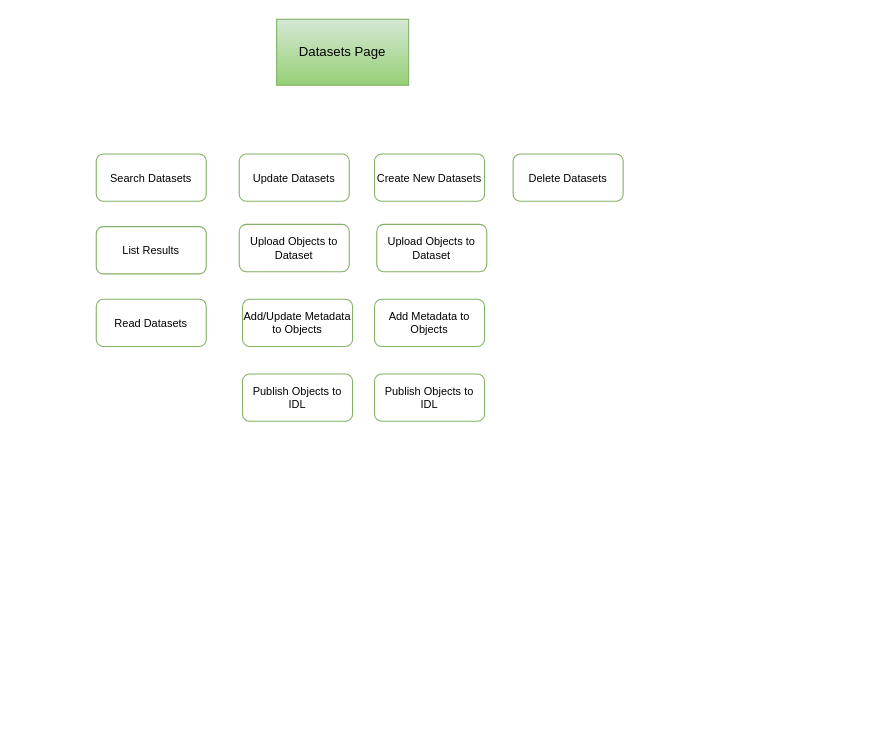
flare891/rmslow keeps this draw.io diagram as page "Page flow" (1 of 3) of Drawings/Eva/Dataset page.drawio. Above is the earlier version. Source tidied: cells renumbered, new cells numbered last; positions are measured from the earlier drawing's top-left corner, leaving out a move shared by most shapes. Both pictures are drawn from the tidied source at 110%, with x=0, y=0 at pixel (96, 19).
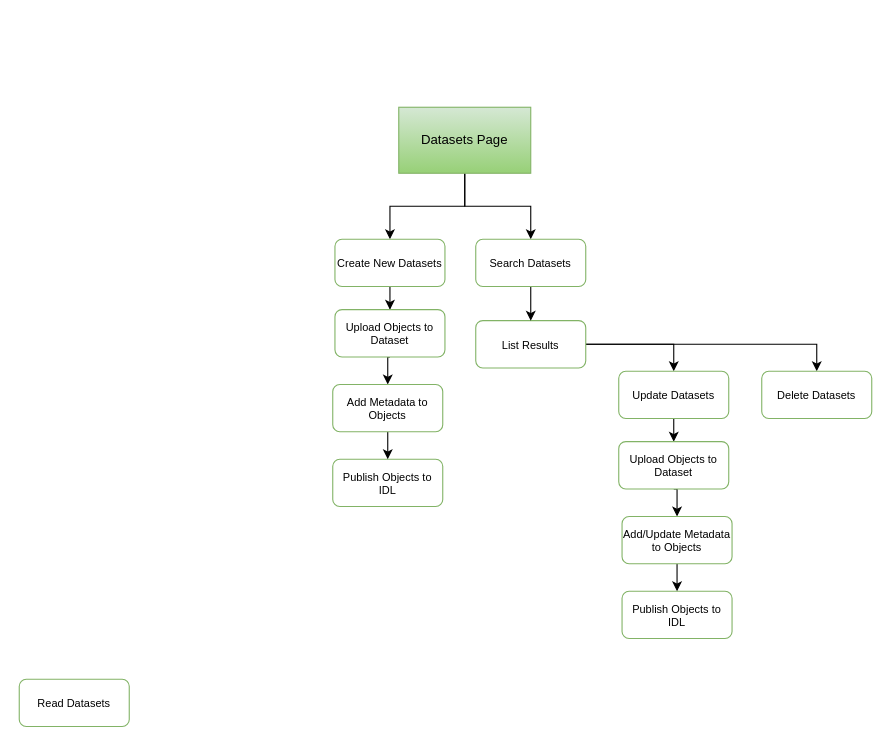
After the change.

Change to the diagram source:
```diff
@@
+    <mxCell id="15" style="edgeStyle=orthogonalEdgeStyle;rounded=0;jettySize=auto;html=1;entryX=0.5;entryY=0;entryDx=0;entryDy=0;" parent="1" edge="1" source="2" target="7">
+      <mxGeometry relative="1" as="geometry" />
+    </mxCell>
+    <mxCell id="16" style="edgeStyle=orthogonalEdgeStyle;rounded=0;jettySize=auto;html=1;" parent="1" edge="1" source="2" target="4">
+      <mxGeometry relative="1" as="geometry" />
+    </mxCell>
     <mxCell id="2" value="Datasets Page" style="rounded=0;whiteSpace=wrap;html=1;strokeColor=#82b366;gradientColor=#97d077;fillColor=#d5e8d4;" parent="1" vertex="1">
-      <mxGeometry x="164" width="120" height="60" as="geometry" />
+      <mxGeometry x="275" y="80" width="120" height="60" as="geometry" />
     </mxCell>
+    <mxCell id="17" style="edgeStyle=orthogonalEdgeStyle;rounded=0;jettySize=auto;html=1;" parent="1" edge="1" source="3" target="5">
+      <mxGeometry relative="1" as="geometry" />
+    </mxCell>
+    <mxCell id="18" style="edgeStyle=orthogonalEdgeStyle;rounded=0;jettySize=auto;html=1;" parent="1" edge="1" source="3" target="9">
+      <mxGeometry relative="1" as="geometry" />
+    </mxCell>
     <mxCell id="3" value="List Results" style="rounded=1;whiteSpace=wrap;html=1;strokeColor=#82b366;fontSize=10;fillColor=#FFFFFF;" parent="1" vertex="1">
-      <mxGeometry y="188.5" width="100" height="43" as="geometry" />
+      <mxGeometry x="345" y="274" width="100" height="43" as="geometry" />
     </mxCell>
+    <mxCell id="19" style="edgeStyle=orthogonalEdgeStyle;rounded=0;jettySize=auto;html=1;exitX=0.5;exitY=1;exitDx=0;exitDy=0;entryX=0.5;entryY=0;entryDx=0;entryDy=0;" parent="1" edge="1" source="4" target="3">
+      <mxGeometry relative="1" as="geometry" />
+    </mxCell>
     <mxCell id="4" value="Search Datasets" style="rounded=1;whiteSpace=wrap;html=1;strokeColor=#82b366;fontSize=10;fillColor=#FFFFFF;" parent="1" vertex="1">
-      <mxGeometry y="122.5" width="100" height="43" as="geometry" />
+      <mxGeometry x="345" y="200" width="100" height="43" as="geometry" />
     </mxCell>
+    <mxCell id="20" style="edgeStyle=orthogonalEdgeStyle;rounded=0;jettySize=auto;html=1;exitX=0.5;exitY=1;exitDx=0;exitDy=0;entryX=0.5;entryY=0;entryDx=0;entryDy=0;" parent="1" edge="1" source="5" target="6">
+      <mxGeometry relative="1" as="geometry" />
+    </mxCell>
     <mxCell id="5" value="Update Datasets" style="rounded=1;whiteSpace=wrap;html=1;strokeColor=#82b366;fontSize=10;fillColor=#FFFFFF;" parent="1" vertex="1">
-      <mxGeometry x="130" y="122.5" width="100" height="43" as="geometry" />
+      <mxGeometry x="475" y="320" width="100" height="43" as="geometry" />
     </mxCell>
+    <mxCell id="21" style="edgeStyle=orthogonalEdgeStyle;rounded=0;jettySize=auto;html=1;exitX=0.5;exitY=1;exitDx=0;exitDy=0;entryX=0.5;entryY=0;entryDx=0;entryDy=0;" parent="1" edge="1" source="6" target="12">
+      <mxGeometry relative="1" as="geometry" />
+    </mxCell>
     <mxCell id="6" value="Upload Objects to Dataset" style="rounded=1;whiteSpace=wrap;html=1;strokeColor=#82b366;fontSize=10;fillColor=#FFFFFF;" parent="1" vertex="1">
-      <mxGeometry x="130" y="186.5" width="100" height="43" as="geometry" />
+      <mxGeometry x="475" y="384" width="100" height="43" as="geometry" />
     </mxCell>
+    <mxCell id="22" style="edgeStyle=orthogonalEdgeStyle;rounded=0;jettySize=auto;html=1;exitX=0.5;exitY=1;exitDx=0;exitDy=0;" parent="1" edge="1" source="7" target="10">
+      <mxGeometry relative="1" as="geometry" />
+    </mxCell>
     <mxCell id="7" value="Create New Datasets" style="rounded=1;whiteSpace=wrap;html=1;strokeColor=#82b366;fontSize=10;fillColor=#FFFFFF;" parent="1" vertex="1">
-      <mxGeometry x="253" y="122.5" width="100" height="43" as="geometry" />
+      <mxGeometry x="217" y="200" width="100" height="43" as="geometry" />
     </mxCell>
     <mxCell id="8" value="Publish Objects to IDL" style="rounded=1;whiteSpace=wrap;html=1;strokeColor=#82b366;fontSize=10;fillColor=#FFFFFF;" parent="1" vertex="1">
-      <mxGeometry x="133" y="322.5" width="100" height="43" as="geometry" />
+      <mxGeometry x="478" y="520" width="100" height="43" as="geometry" />
     </mxCell>
     <mxCell id="9" value="Delete Datasets" style="rounded=1;whiteSpace=wrap;html=1;strokeColor=#82b366;fontSize=10;fillColor=#FFFFFF;" parent="1" vertex="1">
-      <mxGeometry x="379" y="122.5" width="100" height="43" as="geometry" />
+      <mxGeometry x="605" y="320" width="100" height="43" as="geometry" />
     </mxCell>
+    <mxCell id="23" style="edgeStyle=orthogonalEdgeStyle;rounded=0;jettySize=auto;html=1;exitX=0.5;exitY=1;exitDx=0;exitDy=0;entryX=0.5;entryY=0;entryDx=0;entryDy=0;" parent="1" edge="1" source="10" target="13">
+      <mxGeometry relative="1" as="geometry" />
+    </mxCell>
     <mxCell id="10" value="Upload Objects to Dataset" style="rounded=1;whiteSpace=wrap;html=1;strokeColor=#82b366;fontSize=10;fillColor=#FFFFFF;" parent="1" vertex="1">
-      <mxGeometry x="255" y="186.5" width="100" height="43" as="geometry" />
+      <mxGeometry x="217" y="264" width="100" height="43" as="geometry" />
     </mxCell>
     <mxCell id="11" value="Publish Objects to IDL" style="rounded=1;whiteSpace=wrap;html=1;strokeColor=#82b366;fontSize=10;fillColor=#FFFFFF;" parent="1" vertex="1">
-      <mxGeometry x="253" y="322.5" width="100" height="43" as="geometry" />
+      <mxGeometry x="215" y="400" width="100" height="43" as="geometry" />
     </mxCell>
+    <mxCell id="24" style="edgeStyle=orthogonalEdgeStyle;rounded=0;jettySize=auto;html=1;exitX=0.5;exitY=1;exitDx=0;exitDy=0;entryX=0.5;entryY=0;entryDx=0;entryDy=0;" parent="1" edge="1" source="12" target="8">
+      <mxGeometry relative="1" as="geometry" />
+    </mxCell>
     <mxCell id="12" value="Add/Update Metadata to Objects" style="rounded=1;whiteSpace=wrap;html=1;strokeColor=#82b366;fontSize=10;fillColor=#FFFFFF;" parent="1" vertex="1">
-      <mxGeometry x="133" y="254.5" width="100" height="43" as="geometry" />
+      <mxGeometry x="478" y="452" width="100" height="43" as="geometry" />
     </mxCell>
+    <mxCell id="25" style="edgeStyle=orthogonalEdgeStyle;rounded=0;jettySize=auto;html=1;exitX=0.5;exitY=1;exitDx=0;exitDy=0;entryX=0.5;entryY=0;entryDx=0;entryDy=0;" parent="1" edge="1" source="13" target="11">
+      <mxGeometry relative="1" as="geometry" />
+    </mxCell>
     <mxCell id="13" value="Add Metadata to Objects" style="rounded=1;whiteSpace=wrap;html=1;strokeColor=#82b366;fontSize=10;fillColor=#FFFFFF;" parent="1" vertex="1">
-      <mxGeometry x="253" y="254.5" width="100" height="43" as="geometry" />
+      <mxGeometry x="215" y="332" width="100" height="43" as="geometry" />
     </mxCell>
     <mxCell id="14" value="Read Datasets" style="rounded=1;whiteSpace=wrap;html=1;strokeColor=#82b366;fontSize=10;fillColor=#FFFFFF;" parent="1" vertex="1">
-      <mxGeometry y="254.5" width="100" height="43" as="geometry" />
+      <mxGeometry x="-70" y="600" width="100" height="43" as="geometry" />
     </mxCell>
```
